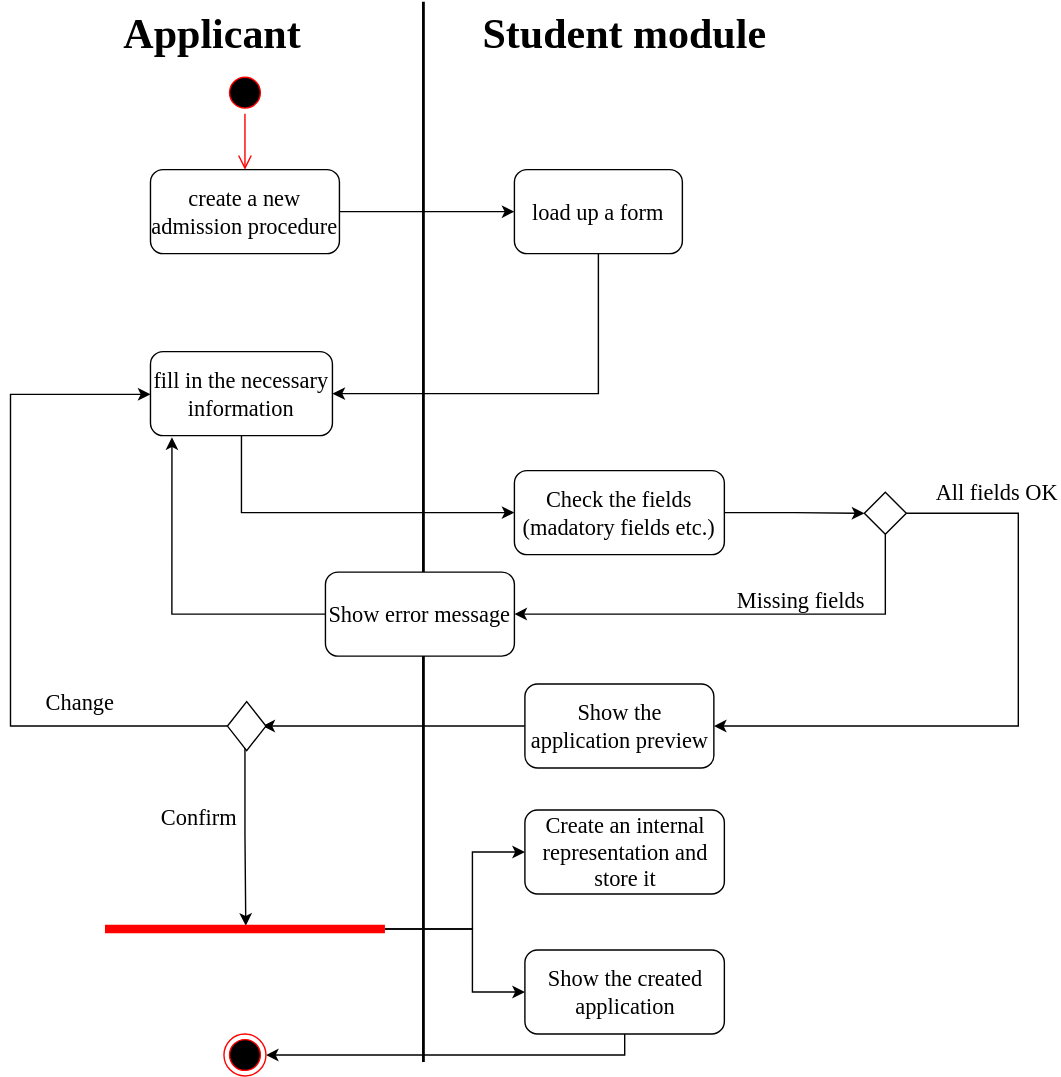
Before: activity-diagrams/create-admission-procedure.svg, a diagram exported from draw.io (Kwantigon/software-engineering-intro). Source tidied: cells renumbered, new cells last; positions are measured from the earlier drawing's top-left corner, leaving out a move shared by most shapes.
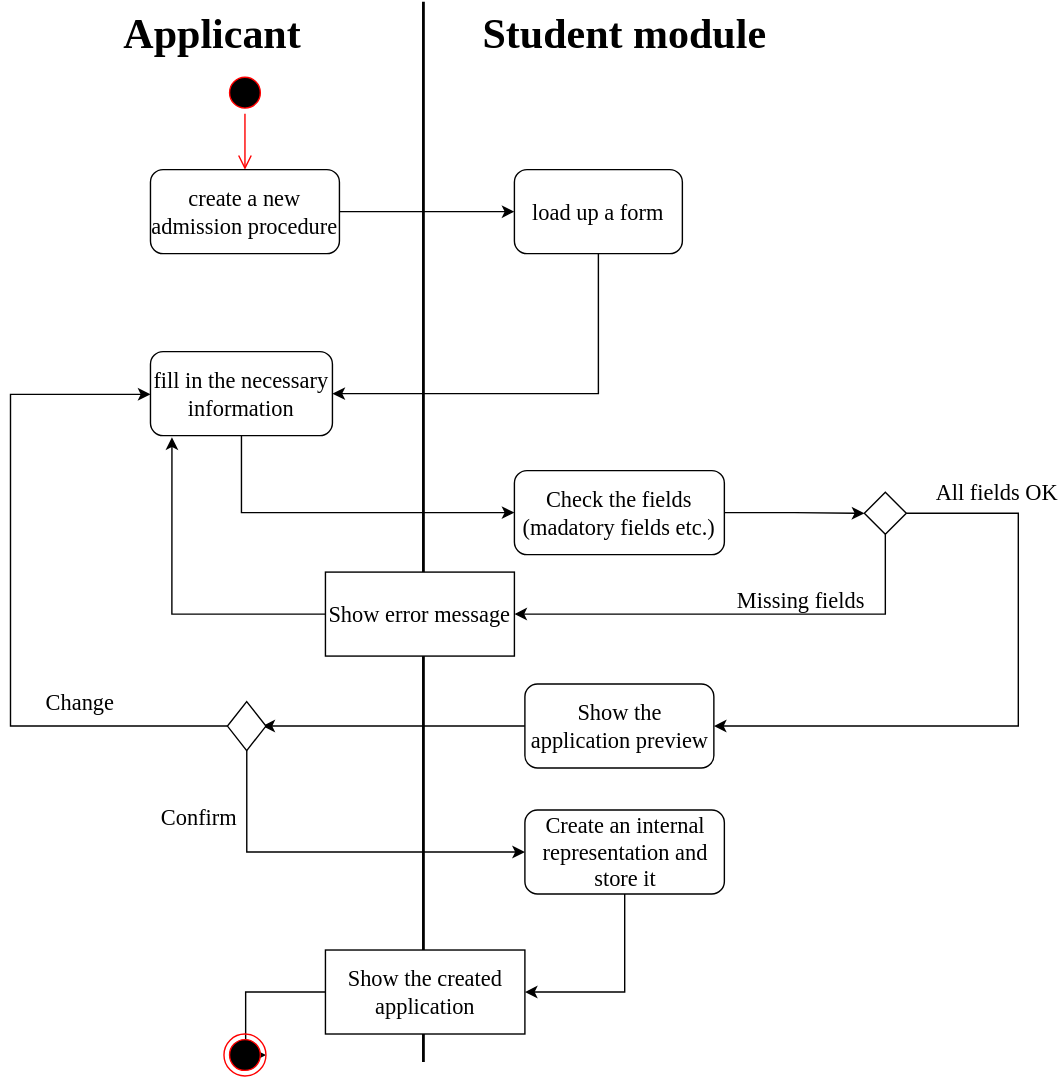
The same diagram one commit later.

Change to the diagram source:
```diff
@@ -68,52 +68,43 @@
         </Array>
       </mxGeometry>
     </mxCell>
-    <mxCell id="18" style="edgeStyle=orthogonalEdgeStyle;rounded=0;jettySize=auto;html=1;entryX=0.503;entryY=0.273;entryDx=0;entryDy=0;entryPerimeter=0;fontFamily=Times New Roman;fontSize=16;" parent="1" edge="1" target="23">
-      <mxGeometry relative="1" as="geometry">
-        <mxPoint x="167.5" y="533" as="sourcePoint" />
-      </mxGeometry>
-    </mxCell>
     <mxCell id="19" value="Change" style="text;html=1;strokeColor=none;fillColor=none;align=center;verticalAlign=middle;whiteSpace=wrap;rounded=0;fontFamily=Times New Roman;fontSize=16;" parent="1" vertex="1">
       <mxGeometry x="20" y="488" width="60" height="25" as="geometry" />
     </mxCell>
     <mxCell id="20" value="Confirm" style="text;html=1;strokeColor=none;fillColor=none;align=center;verticalAlign=middle;whiteSpace=wrap;rounded=0;fontFamily=Times New Roman;fontSize=16;" parent="1" vertex="1">
       <mxGeometry x="100" y="568" width="70" height="30" as="geometry" />
     </mxCell>
-    <mxCell id="21" style="edgeStyle=orthogonalEdgeStyle;rounded=0;jettySize=auto;html=1;fontFamily=Times New Roman;fontSize=16;" parent="1" edge="1" source="23" target="24">
-      <mxGeometry relative="1" as="geometry">
-        <Array as="points">
-          <mxPoint x="330" y="663" />
-          <mxPoint x="330" y="608" />
-        </Array>
-      </mxGeometry>
-    </mxCell>
-    <mxCell id="22" style="edgeStyle=orthogonalEdgeStyle;rounded=0;jettySize=auto;html=1;entryX=0;entryY=0.5;entryDx=0;entryDy=0;fontFamily=Times New Roman;fontSize=16;" parent="1" edge="1" source="23" target="26">
-      <mxGeometry relative="1" as="geometry">
-        <Array as="points">
-          <mxPoint x="330" y="663" />
-          <mxPoint x="330" y="708" />
-        </Array>
-      </mxGeometry>
-    </mxCell>
-    <mxCell id="23" style="shape=line;html=1;strokeWidth=6;strokeColor=#ff0000;fontFamily=Times New Roman;fontSize=16;" parent="1" vertex="1">
-      <mxGeometry x="67.5" y="658" width="200" height="10" as="geometry" />
-    </mxCell>
+    <mxCell id="36" style="edgeStyle=orthogonalEdgeStyle;rounded=0;jettySize=auto;html=1;entryX=1;entryY=0.5;entryDx=0;entryDy=0;" parent="1" edge="1" source="24" target="26">
+      <mxGeometry relative="1" as="geometry">
+        <Array as="points">
+          <mxPoint x="439" y="708" />
+        </Array>
+      </mxGeometry>
+    </mxCell>
     <mxCell id="24" value="&lt;font face=&quot;Times New Roman&quot; style=&quot;font-size: 16px&quot;&gt;Create an internal representation and store it&lt;/font&gt;" style="rounded=1;whiteSpace=wrap;html=1;" parent="1" vertex="1">
       <mxGeometry x="367.5" y="578" width="142.5" height="60" as="geometry" />
     </mxCell>
     <mxCell id="25" style="edgeStyle=orthogonalEdgeStyle;rounded=0;jettySize=auto;html=1;fontFamily=Times New Roman;fontSize=16;entryX=1;entryY=0.5;entryDx=0;entryDy=0;" parent="1" edge="1" source="26" target="27">
       <mxGeometry relative="1" as="geometry">
         <Array as="points">
-          <mxPoint x="439" y="753.5" />
+          <mxPoint x="168" y="708" />
+          <mxPoint x="168" y="753" />
         </Array>
       </mxGeometry>
     </mxCell>
-    <mxCell id="26" value="Show the created application" style="rounded=1;whiteSpace=wrap;html=1;fontFamily=Times New Roman;fontSize=16;" parent="1" vertex="1">
-      <mxGeometry x="367.5" y="678" width="142.5" height="60" as="geometry" />
+    <mxCell id="26" value="Show the created application" style="rounded=0;whiteSpace=wrap;html=1;fontFamily=Times New Roman;fontSize=16;" parent="1" vertex="1">
+      <mxGeometry x="225" y="678" width="142.5" height="60" as="geometry" />
     </mxCell>
     <mxCell id="27" style="ellipse;html=1;shape=endState;fillColor=#000000;strokeColor=#ff0000;fontFamily=Times New Roman;fontSize=16;" parent="1" vertex="1">
       <mxGeometry x="152.5" y="738" width="30" height="30" as="geometry" />
     </mxCell>
+    <mxCell id="37" style="edgeStyle=orthogonalEdgeStyle;rounded=0;jettySize=auto;html=1;entryX=0;entryY=0.5;entryDx=0;entryDy=0;" parent="1" edge="1" source="28" target="24">
+      <mxGeometry relative="1" as="geometry">
+        <Array as="points">
+          <mxPoint x="169" y="608" />
+        </Array>
+      </mxGeometry>
+    </mxCell>
     <mxCell id="28" style="rhombus;whiteSpace=wrap;html=1;" parent="1" vertex="1">
       <mxGeometry x="155" y="500.5" width="27.5" height="35" as="geometry" />
     </mxCell>
@@ -142,7 +133,7 @@
         </Array>
       </mxGeometry>
     </mxCell>
-    <mxCell id="33" value="&lt;font style=&quot;font-size: 16px&quot; face=&quot;Times New Roman&quot;&gt;Show error message&lt;/font&gt;" style="rounded=1;whiteSpace=wrap;html=1;" parent="1" vertex="1">
+    <mxCell id="33" value="&lt;font style=&quot;font-size: 16px&quot; face=&quot;Times New Roman&quot;&gt;Show error message&lt;/font&gt;" style="rounded=0;whiteSpace=wrap;html=1;" parent="1" vertex="1">
       <mxGeometry x="225" y="408" width="135" height="60" as="geometry" />
     </mxCell>
     <mxCell id="34" value="&lt;font face=&quot;Times New Roman&quot; style=&quot;font-size: 16px&quot;&gt;All fields OK&lt;/font&gt;" style="text;html=1;strokeColor=none;fillColor=none;align=center;verticalAlign=middle;whiteSpace=wrap;rounded=0;" parent="1" vertex="1">
```
